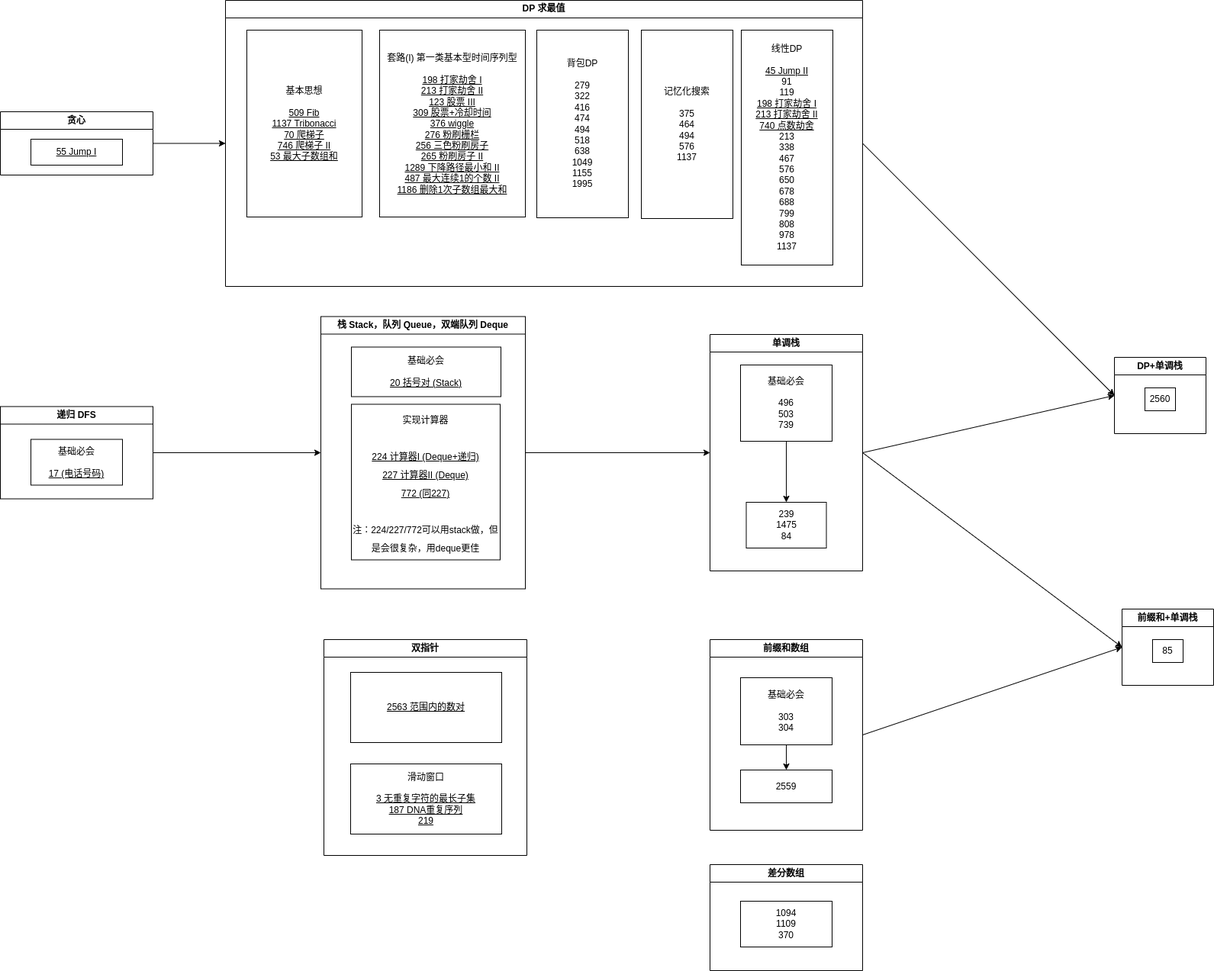
Before: drawio/map.drawio.png, a diagram exported from draw.io (jssonx/algo-playground). Source tidied: cells renumbered, new cells last; positions are measured from the earlier drawing's top-left corner, leaving out a move shared by most shapes.
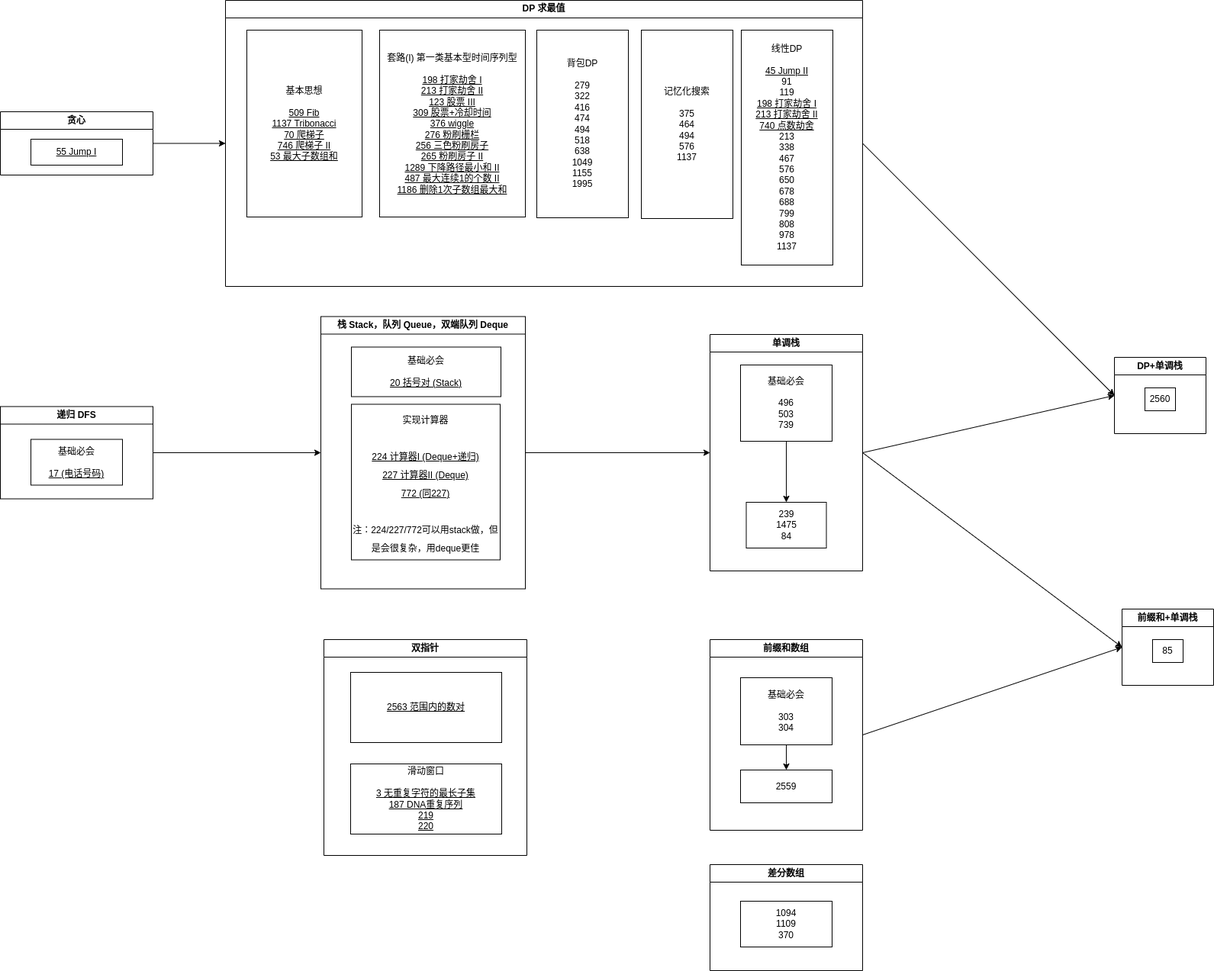
The same diagram one commit later.

What changed in the source:
```diff
@@ -110,7 +110,7 @@
     <mxCell id="37" value="&lt;u&gt;2563 范围内的数对&lt;br&gt;&lt;/u&gt;" style="whiteSpace=wrap;html=1;" parent="36" vertex="1">
       <mxGeometry x="35" y="43" width="198" height="92" as="geometry" />
     </mxCell>
-    <mxCell id="38" value="滑动窗口&lt;br&gt;&lt;br&gt;&lt;u&gt;3 无重复字符的最长子集&lt;br&gt;187 DNA重复序列&lt;br&gt;219&lt;/u&gt;" style="whiteSpace=wrap;html=1;" parent="36" vertex="1">
+    <mxCell id="38" value="滑动窗口&lt;br&gt;&lt;br&gt;&lt;u&gt;3 无重复字符的最长子集&lt;br&gt;187 DNA重复序列&lt;br&gt;219&lt;br&gt;220&lt;br&gt;&lt;/u&gt;" style="whiteSpace=wrap;html=1;" parent="36" vertex="1">
       <mxGeometry x="35" y="163" width="198" height="92" as="geometry" />
     </mxCell>
   </root>
```
